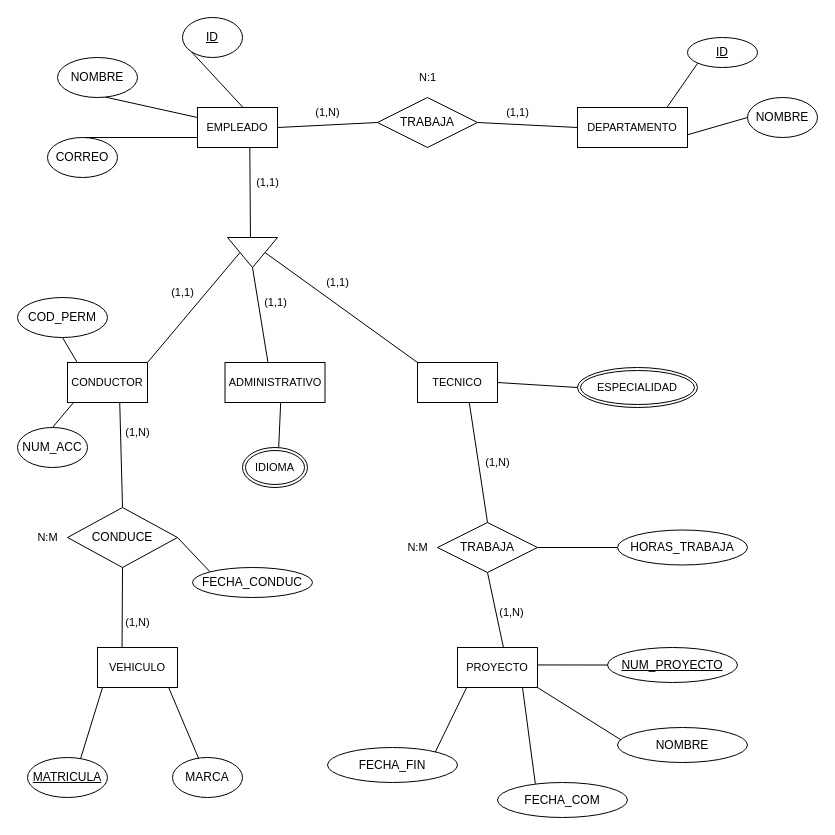
Earlier version of the draw.io diagram page "departamentos" (3 of 9) of bases-datos/diagrams.drawio (igardiet/dam). Source tidied: cells renumbered, new cells numbered last; positions are measured from the earlier drawing's top-left corner, leaving out a move shared by most shapes. Both pictures are drawn from the tidied source at 100%, with x=0, y=0 at pixel (17, 17).
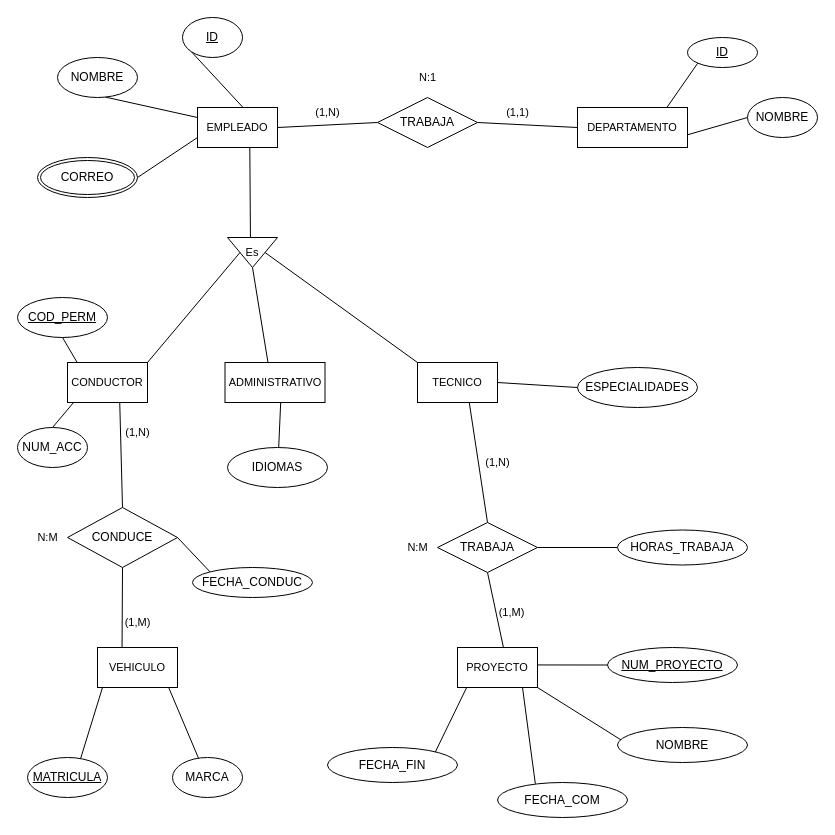
The same diagram, later.

The change refers to these unchanged cells:
```xml
<mxCell id="61" value="EMPLEADO" style="whiteSpace=wrap;html=1;align=center;fontFamily=Helvetica;fontSize=11;fontColor=default;" parent="1" vertex="1">
  <mxGeometry x="180" y="90" width="80" height="40" as="geometry" />
</mxCell>
<mxCell id="64" value="ADMINISTRATIVO" style="whiteSpace=wrap;html=1;align=center;fontFamily=Helvetica;fontSize=11;fontColor=default;" parent="1" vertex="1">
  <mxGeometry x="207.5" y="345" width="100" height="40" as="geometry" />
</mxCell>
```

The edit, as a diff of the source:
```diff
@@
-    <mxCell id="4" style="edgeStyle=none;shape=connector;rounded=0;jettySize=auto;html=1;exitX=0;exitY=0.75;exitDx=0;exitDy=0;entryX=0.5;entryY=0;entryDx=0;entryDy=0;labelBackgroundColor=default;strokeColor=default;align=center;verticalAlign=middle;fontFamily=Helvetica;fontSize=11;fontColor=default;startArrow=none;startFill=0;endArrow=none;endFill=0;" parent="1" edge="1" source="61" target="11">
+    <mxCell id="4" style="edgeStyle=none;shape=connector;rounded=0;jettySize=auto;html=1;exitX=0;exitY=0.75;exitDx=0;exitDy=0;entryX=1;entryY=0.5;entryDx=0;entryDy=0;labelBackgroundColor=default;strokeColor=default;align=center;verticalAlign=middle;fontFamily=Helvetica;fontSize=11;fontColor=default;startArrow=none;startFill=0;endArrow=none;endFill=0;" parent="1" edge="1" source="61" target="11">
       <mxGeometry relative="1" as="geometry" />
     </mxCell>
@@
-    <mxCell id="11" value="CORREO" style="ellipse;whiteSpace=wrap;html=1;" parent="1" vertex="1">
-      <mxGeometry x="30" y="120" width="70" height="40" as="geometry" />
-    </mxCell>
@@
-    <mxCell id="21" style="triangle;whiteSpace=wrap;html=1;fontFamily=Helvetica;fontSize=11;fontColor=default;direction=south;" parent="1" vertex="1">
+    <mxCell id="21" value="Es" style="triangle;whiteSpace=wrap;html=1;fontFamily=Helvetica;fontSize=11;fontColor=default;direction=south;" parent="1" vertex="1">
       <mxGeometry x="210" y="220" width="50" height="30" as="geometry" />
     </mxCell>
@@
-    <mxCell id="25" style="edgeStyle=none;shape=connector;rounded=0;jettySize=auto;html=1;exitX=1;exitY=0.5;exitDx=0;exitDy=0;entryX=0;entryY=0.5;entryDx=0;entryDy=0;labelBackgroundColor=default;strokeColor=default;align=center;verticalAlign=middle;fontFamily=Helvetica;fontSize=11;fontColor=default;startArrow=none;startFill=0;endArrow=none;endFill=0;" parent="1" edge="1" target="43">
+    <mxCell id="25" style="edgeStyle=none;shape=connector;rounded=0;orthogonalLoop=1;jettySize=auto;html=1;exitX=1;exitY=0.5;exitDx=0;exitDy=0;entryX=0;entryY=0.5;entryDx=0;entryDy=0;labelBackgroundColor=default;strokeColor=default;align=center;verticalAlign=middle;fontFamily=Helvetica;fontSize=11;fontColor=default;startArrow=none;startFill=0;endArrow=none;endFill=0;" parent="1" edge="1">
       <mxGeometry relative="1" as="geometry">
         <mxPoint x="480" y="365" as="sourcePoint" />
+        <mxPoint x="560" y="370" as="targetPoint" />
       </mxGeometry>
     </mxCell>
@@
-    <mxCell id="28" value="COD_PERM" style="ellipse;whiteSpace=wrap;html=1;" parent="1" vertex="1">
+    <mxCell id="28" value="&lt;u&gt;COD_PERM&lt;/u&gt;" style="ellipse;whiteSpace=wrap;html=1;" parent="1" vertex="1">
       <mxGeometry y="280" width="90" height="40" as="geometry" />
     </mxCell>
@@
-    <mxCell id="39" value="(1,N)" style="text;html=1;align=center;verticalAlign=middle;strokeColor=none;fillColor=none;fontSize=11;fontFamily=Helvetica;fontColor=default;" parent="1" vertex="1">
+    <mxCell id="39" value="(1,M)" style="text;html=1;align=center;verticalAlign=middle;strokeColor=none;fillColor=none;fontSize=11;fontFamily=Helvetica;fontColor=default;" parent="1" vertex="1">
       <mxGeometry x="95" y="590" width="50" height="30" as="geometry" />
     </mxCell>
@@
-    <mxCell id="42" value="IDIOMA" style="ellipse;shape=doubleEllipse;margin=3;whiteSpace=wrap;html=1;align=center;fontFamily=Helvetica;fontSize=11;fontColor=default;" parent="1" vertex="1">
-      <mxGeometry x="225" y="430" width="65" height="40" as="geometry" />
-    </mxCell>
-    <mxCell id="43" value="ESPECIALIDAD" style="ellipse;shape=doubleEllipse;margin=3;whiteSpace=wrap;html=1;align=center;fontFamily=Helvetica;fontSize=11;fontColor=default;" parent="1" vertex="1">
-      <mxGeometry x="560" y="350" width="120" height="40" as="geometry" />
-    </mxCell>
-    <mxCell id="44" style="edgeStyle=none;shape=connector;rounded=0;orthogonalLoop=1;jettySize=auto;html=1;exitX=1;exitY=0.5;exitDx=0;exitDy=0;labelBackgroundColor=default;strokeColor=default;align=center;verticalAlign=middle;fontFamily=Helvetica;fontSize=11;fontColor=default;startArrow=none;startFill=0;endArrow=none;endFill=0;" parent="1" edge="1" source="42" target="42">
-      <mxGeometry relative="1" as="geometry" />
+    <mxCell id="44" style="edgeStyle=none;shape=connector;rounded=0;orthogonalLoop=1;jettySize=auto;html=1;exitX=1;exitY=0.5;exitDx=0;exitDy=0;labelBackgroundColor=default;strokeColor=default;align=center;verticalAlign=middle;fontFamily=Helvetica;fontSize=11;fontColor=default;startArrow=none;startFill=0;endArrow=none;endFill=0;" parent="1" edge="1">
+      <mxGeometry relative="1" as="geometry">
+        <mxPoint x="290" y="450" as="sourcePoint" />
+        <mxPoint x="290" y="450" as="targetPoint" />
+      </mxGeometry>
     </mxCell>
-    <mxCell id="45" style="edgeStyle=none;shape=connector;rounded=0;jettySize=auto;html=1;exitX=0.557;exitY=0.999;exitDx=0;exitDy=0;entryX=0.557;entryY=-0.004;entryDx=0;entryDy=0;entryPerimeter=0;labelBackgroundColor=default;strokeColor=default;align=center;verticalAlign=middle;fontFamily=Helvetica;fontSize=11;fontColor=default;startArrow=none;startFill=0;endArrow=none;endFill=0;exitPerimeter=0;" parent="1" edge="1" source="64" target="42">
-      <mxGeometry relative="1" as="geometry" />
+    <mxCell id="45" style="edgeStyle=none;shape=connector;rounded=0;jettySize=auto;html=1;exitX=0.557;exitY=0.999;exitDx=0;exitDy=0;entryX=0.557;entryY=-0.004;entryDx=0;entryDy=0;entryPerimeter=0;labelBackgroundColor=default;strokeColor=default;align=center;verticalAlign=middle;fontFamily=Helvetica;fontSize=11;fontColor=default;startArrow=none;startFill=0;endArrow=none;endFill=0;exitPerimeter=0;" parent="1" edge="1" source="64">
+      <mxGeometry relative="1" as="geometry">
+        <mxPoint x="261.2" y="429.8" as="targetPoint" />
+      </mxGeometry>
     </mxCell>
@@
-    <mxCell id="59" value="(1,N)" style="text;html=1;align=center;verticalAlign=middle;strokeColor=none;fillColor=none;fontSize=11;fontFamily=Helvetica;fontColor=default;" parent="1" vertex="1">
+    <mxCell id="59" value="(1,M)" style="text;html=1;align=center;verticalAlign=middle;strokeColor=none;fillColor=none;fontSize=11;fontFamily=Helvetica;fontColor=default;" parent="1" vertex="1">
       <mxGeometry x="469" y="580" width="50" height="30" as="geometry" />
     </mxCell>
@@
-    <mxCell id="68" value="(1,1)" style="text;html=1;align=center;verticalAlign=middle;strokeColor=none;fillColor=none;fontSize=11;fontFamily=Helvetica;fontColor=default;" parent="1" vertex="1">
-      <mxGeometry x="225" y="150" width="50" height="30" as="geometry" />
-    </mxCell>
-    <mxCell id="69" value="(1,1)" style="text;html=1;align=center;verticalAlign=middle;strokeColor=none;fillColor=none;fontSize=11;fontFamily=Helvetica;fontColor=default;" parent="1" vertex="1">
-      <mxGeometry x="232.5" y="270" width="50" height="30" as="geometry" />
-    </mxCell>
-    <mxCell id="70" value="(1,1)" style="text;html=1;align=center;verticalAlign=middle;strokeColor=none;fillColor=none;fontSize=11;fontFamily=Helvetica;fontColor=default;" parent="1" vertex="1">
-      <mxGeometry x="140" y="260" width="50" height="30" as="geometry" />
-    </mxCell>
-    <mxCell id="71" value="(1,1)" style="text;html=1;align=center;verticalAlign=middle;strokeColor=none;fillColor=none;fontSize=11;fontFamily=Helvetica;fontColor=default;" parent="1" vertex="1">
-      <mxGeometry x="295" y="250" width="50" height="30" as="geometry" />
-    </mxCell>
+    <mxCell id="11" value="CORREO" style="ellipse;shape=doubleEllipse;margin=3;whiteSpace=wrap;html=1;align=center;" parent="1" vertex="1">
+      <mxGeometry x="20" y="140" width="100" height="40" as="geometry" />
+    </mxCell>
+    <mxCell id="72" value="IDIOMAS" style="ellipse;whiteSpace=wrap;html=1;align=center;" parent="1" vertex="1">
+      <mxGeometry x="210" y="430" width="100" height="40" as="geometry" />
+    </mxCell>
+    <mxCell id="73" value="ESPECIALIDADES" style="ellipse;whiteSpace=wrap;html=1;align=center;" parent="1" vertex="1">
+      <mxGeometry x="560" y="350" width="120" height="40" as="geometry" />
+    </mxCell>
```
